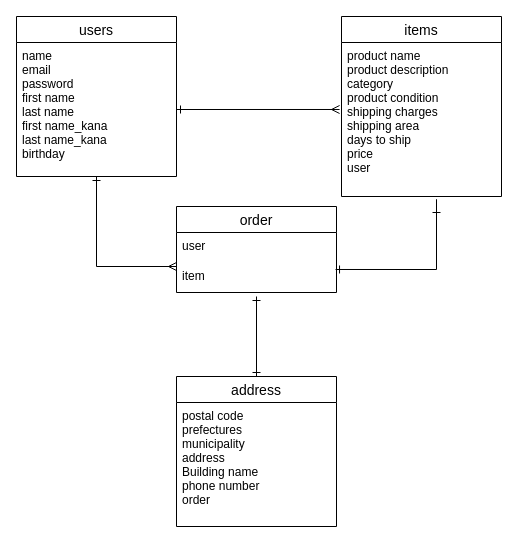
Above: test.dio in akane1213/furima-32334 (draw.io), before the change. Source tidied: cells renumbered, new cells numbered last; positions are measured from the earlier drawing's top-left corner, leaving out a move shared by most shapes. Both pictures are drawn from the tidied source at 100%, with x=0, y=0 at pixel (16, 16).
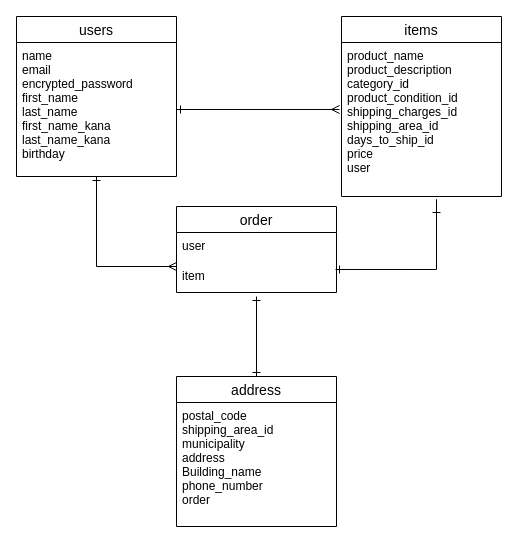
Above is the later version.

Commit message:
test.dio_レビュー後の修正_3回目

The edit, as a diff of the source:
```diff
@@
 <mxGraphModel>
   <root>
     <mxCell id="0" />
     <mxCell id="1" parent="0" />
     <mxCell id="2" value="users" style="swimlane;fontStyle=0;horizontal=1;startSize=26;align=center;fontSize=14;" parent="1" vertex="1">
       <mxGeometry width="160" height="160" as="geometry" />
     </mxCell>
-    <mxCell id="3" value="name&#10;email&#10;password&#10;first name&#10;last name&#10;first name_kana&#10;last name_kana&#10;birthday" style="text;strokeColor=none;fillColor=none;spacingLeft=4;spacingRight=4;overflow=hidden;points=[[0,0.5],[1,0.5]];portConstraint=eastwest;fontSize=12;" parent="2" vertex="1">
+    <mxCell id="3" value="name&#10;email&#10;encrypted_password&#10;first_name&#10;last_name&#10;first_name_kana&#10;last_name_kana&#10;birthday" style="text;strokeColor=none;fillColor=none;spacingLeft=4;spacingRight=4;overflow=hidden;points=[[0,0.5],[1,0.5]];portConstraint=eastwest;fontSize=12;" parent="2" vertex="1">
       <mxGeometry y="26" width="160" height="134" as="geometry" />
     </mxCell>
     <mxCell id="4" value="items" style="swimlane;fontStyle=0;horizontal=1;startSize=26;align=center;fontSize=14;" parent="1" vertex="1">
       <mxGeometry x="325" width="160" height="180" as="geometry" />
     </mxCell>
-    <mxCell id="5" value="product name&#10;product description&#10;category&#10;product condition&#10;shipping charges&#10;shipping area&#10;days to ship&#10;price&#10;user" style="text;strokeColor=none;fillColor=none;spacingLeft=4;spacingRight=4;overflow=hidden;points=[[0,0.5],[1,0.5]];portConstraint=eastwest;fontSize=12;" parent="4" vertex="1">
+    <mxCell id="5" value="product_name&#10;product_description&#10;category_id&#10;product_condition_id&#10;shipping_charges_id&#10;shipping_area_id&#10;days_to_ship_id&#10;price&#10;user" style="text;strokeColor=none;fillColor=none;spacingLeft=4;spacingRight=4;overflow=hidden;points=[[0,0.5],[1,0.5]];portConstraint=eastwest;fontSize=12;" parent="4" vertex="1">
       <mxGeometry y="26" width="160" height="154" as="geometry" />
     </mxCell>
     <mxCell id="6" value="order" style="swimlane;fontStyle=0;horizontal=1;startSize=26;align=center;fontSize=14;" parent="1" vertex="1">
       <mxGeometry x="160" y="190" width="160" height="86" as="geometry" />
     </mxCell>
     <mxCell id="7" value="user" style="text;strokeColor=none;fillColor=none;spacingLeft=4;spacingRight=4;overflow=hidden;fontSize=12;" parent="6" vertex="1">
       <mxGeometry y="26" width="160" height="30" as="geometry" />
     </mxCell>
     <mxCell id="8" value="item" style="text;strokeColor=none;fillColor=none;spacingLeft=4;spacingRight=4;overflow=hidden;points=[[0,0.5],[1,0.5]];portConstraint=eastwest;fontSize=12;" parent="6" vertex="1">
       <mxGeometry y="56" width="160" height="30" as="geometry" />
     </mxCell>
     <mxCell id="9" style="edgeStyle=orthogonalEdgeStyle;rounded=0;orthogonalLoop=1;jettySize=auto;html=1;startArrow=ERone;startFill=0;endArrow=ERmany;endFill=0;" parent="1" edge="1">
       <mxGeometry relative="1" as="geometry">
         <mxPoint x="80" y="160" as="sourcePoint" />
         <mxPoint x="160" y="250" as="targetPoint" />
         <Array as="points">
           <mxPoint x="80" y="250" />
           <mxPoint x="160" y="250" />
         </Array>
       </mxGeometry>
     </mxCell>
     <mxCell id="10" style="edgeStyle=orthogonalEdgeStyle;rounded=0;jettySize=auto;html=1;entryX=0.994;entryY=0.233;entryDx=0;entryDy=0;entryPerimeter=0;startArrow=ERone;startFill=0;endArrow=ERone;endFill=0;" parent="1" edge="1" target="8">
       <mxGeometry relative="1" as="geometry">
         <mxPoint x="420" y="200" as="sourcePoint" />
         <Array as="points">
           <mxPoint x="420" y="183" />
           <mxPoint x="420" y="253" />
         </Array>
       </mxGeometry>
     </mxCell>
     <mxCell id="11" style="edgeStyle=orthogonalEdgeStyle;rounded=0;jettySize=auto;html=1;exitX=0.5;exitY=0;exitDx=0;exitDy=0;startArrow=ERone;startFill=0;endArrow=ERone;endFill=0;" parent="1" edge="1" source="12">
       <mxGeometry relative="1" as="geometry">
         <mxPoint x="240" y="280" as="targetPoint" />
       </mxGeometry>
     </mxCell>
     <mxCell id="12" value="address" style="swimlane;fontStyle=0;horizontal=1;startSize=26;align=center;fontSize=14;" parent="1" vertex="1">
       <mxGeometry x="160" y="360" width="160" height="150" as="geometry" />
     </mxCell>
-    <mxCell id="13" value="postal code&#10;prefectures&#10;municipality&#10;address&#10;Building name&#10;phone number&#10;order" style="text;strokeColor=none;fillColor=none;spacingLeft=4;spacingRight=4;overflow=hidden;fontSize=12;" parent="12" vertex="1">
+    <mxCell id="13" value="postal_code&#10;shipping_area_id&#10;municipality&#10;address&#10;Building_name&#10;phone_number&#10;order" style="text;strokeColor=none;fillColor=none;spacingLeft=4;spacingRight=4;overflow=hidden;fontSize=12;" parent="12" vertex="1">
       <mxGeometry y="26" width="160" height="124" as="geometry" />
     </mxCell>
     <mxCell id="14" style="edgeStyle=orthogonalEdgeStyle;rounded=0;jettySize=auto;html=1;exitX=1;exitY=0.5;exitDx=0;exitDy=0;entryX=-0.012;entryY=0.435;entryDx=0;entryDy=0;entryPerimeter=0;startArrow=ERone;startFill=0;endArrow=ERmany;endFill=0;" parent="1" edge="1" source="3" target="5">
       <mxGeometry relative="1" as="geometry" />
     </mxCell>
   </root>
 </mxGraphModel>
```
